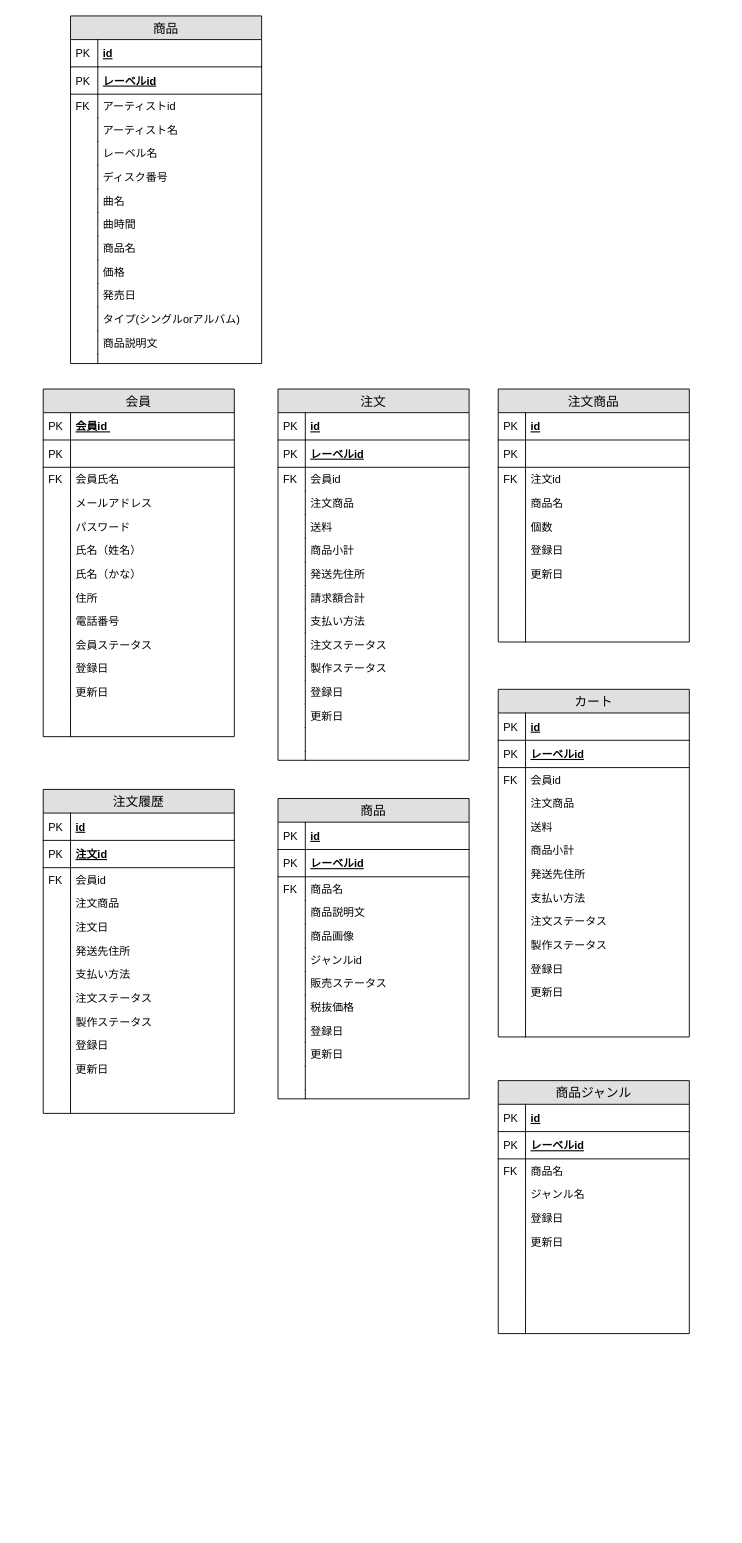
Before: page "第一正規形" (2 of 4) of ER図.drawio in tibisaki67/ECsite, a draw.io diagram. Source tidied: cells renumbered, new cells numbered last; positions are measured from the earlier drawing's top-left corner, leaving out a move shared by most shapes. Both pictures are drawn from the tidied source at 91%, with x=0, y=0 at pixel (43, 15).
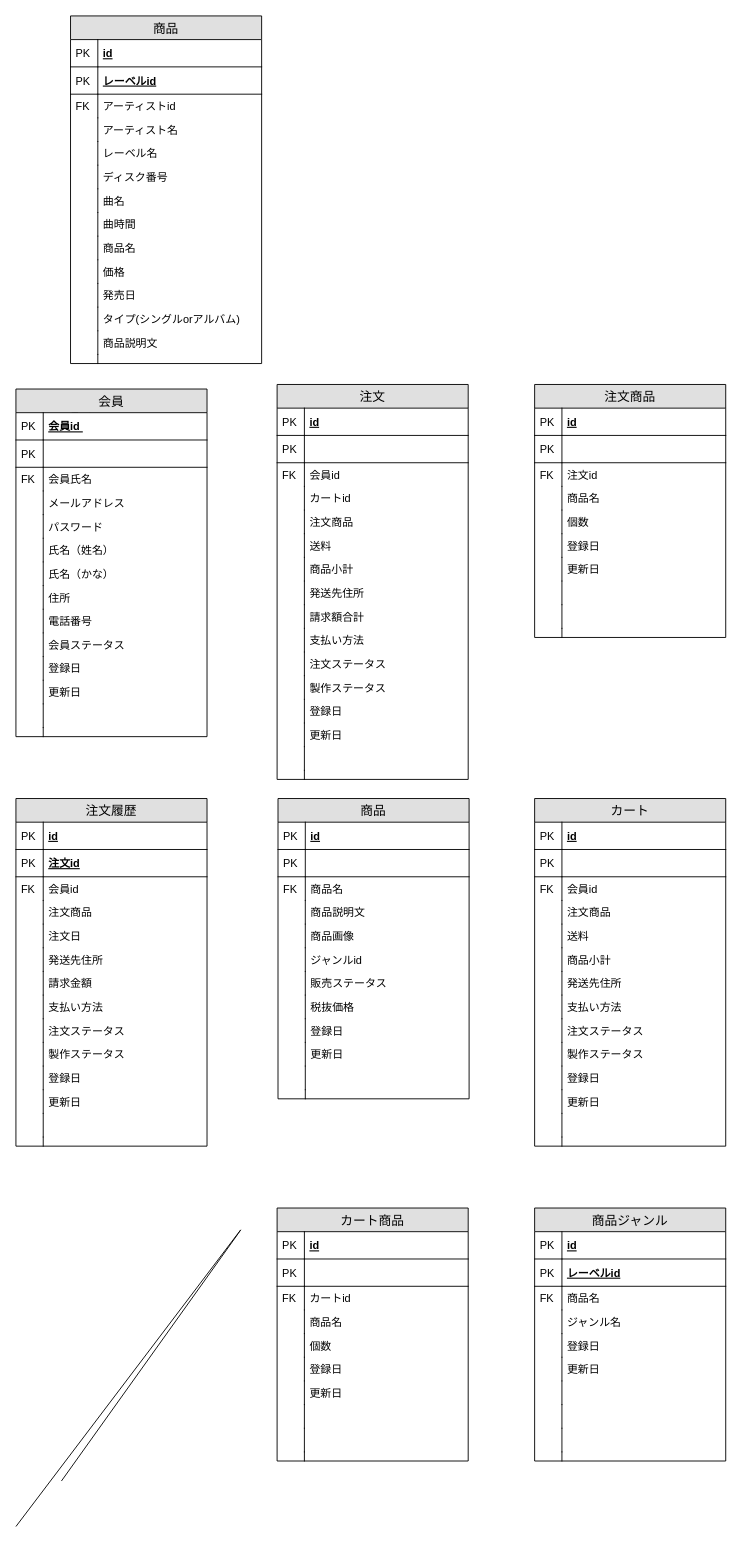
After the change.

The change refers to these unchanged cells:
```xml
<mxCell id="113" value="商品" style="swimlane;fontStyle=0;horizontal=1;startSize=26;fillColor=#e0e0e0;swimlaneFillColor=#ffffff;align=center;fontSize=14;" parent="1" vertex="1">
  <mxGeometry x="258" y="860" width="210" height="330" as="geometry" />
</mxCell>
```

What changed in the source:
```diff
@@
     <mxCell id="32" value="会員" style="swimlane;fontStyle=0;horizontal=1;startSize=26;fillColor=#e0e0e0;swimlaneFillColor=#ffffff;align=center;fontSize=14;" parent="1" vertex="1">
-      <mxGeometry y="410" width="210" height="382" as="geometry" />
+      <mxGeometry x="-30" y="410" width="210" height="382" as="geometry" />
     </mxCell>
@@
     <mxCell id="61" value="注文" style="swimlane;fontStyle=0;horizontal=1;startSize=26;fillColor=#e0e0e0;swimlaneFillColor=#ffffff;align=center;fontSize=14;" parent="1" vertex="1">
-      <mxGeometry x="258" y="410" width="210" height="408" as="geometry" />
+      <mxGeometry x="257" y="405" width="210" height="434" as="geometry" />
     </mxCell>
@@
-    <mxCell id="64" value="レーベルid" style="shape=partialRectangle;top=0;left=0;right=0;bottom=1;align=left;verticalAlign=middle;fillColor=none;spacingLeft=34;spacingRight=4;overflow=hidden;fontStyle=5;fontSize=12;" parent="61" vertex="1">
+    <mxCell id="64" style="shape=partialRectangle;top=0;left=0;right=0;bottom=1;align=left;verticalAlign=middle;fillColor=none;spacingLeft=34;spacingRight=4;overflow=hidden;fontStyle=5;fontSize=12;" parent="61" vertex="1">
       <mxGeometry y="56" width="210" height="30" as="geometry" />
     </mxCell>
@@
+    <mxCell id="215" value="カートid" style="shape=partialRectangle;top=0;left=0;right=0;bottom=0;align=left;verticalAlign=top;fillColor=none;spacingLeft=34;spacingRight=4;overflow=hidden;fontSize=12;" parent="61" vertex="1">
+      <mxGeometry y="112" width="210" height="26" as="geometry" />
+    </mxCell>
+    <mxCell id="216" style="shape=partialRectangle;top=0;left=0;bottom=0;fillColor=none;align=left;verticalAlign=top;spacingLeft=4;spacingRight=4;overflow=hidden;fontSize=12;" parent="215" vertex="1">
+      <mxGeometry width="30" height="26" as="geometry" />
+    </mxCell>
     <mxCell id="68" value="注文商品" style="shape=partialRectangle;top=0;left=0;right=0;bottom=0;align=left;verticalAlign=top;fillColor=none;spacingLeft=34;spacingRight=4;overflow=hidden;fontSize=12;" parent="61" vertex="1">
-      <mxGeometry y="112" width="210" height="26" as="geometry" />
+      <mxGeometry y="138" width="210" height="26" as="geometry" />
     </mxCell>
@@
     <mxCell id="70" value="送料" style="shape=partialRectangle;top=0;left=0;right=0;bottom=0;align=left;verticalAlign=top;fillColor=none;spacingLeft=34;spacingRight=4;overflow=hidden;fontSize=12;" parent="61" vertex="1">
-      <mxGeometry y="138" width="210" height="26" as="geometry" />
+      <mxGeometry y="164" width="210" height="26" as="geometry" />
     </mxCell>
@@
     <mxCell id="72" value="商品小計" style="shape=partialRectangle;top=0;left=0;right=0;bottom=0;align=left;verticalAlign=top;fillColor=none;spacingLeft=34;spacingRight=4;overflow=hidden;fontSize=12;" parent="61" vertex="1">
-      <mxGeometry y="164" width="210" height="26" as="geometry" />
+      <mxGeometry y="190" width="210" height="26" as="geometry" />
     </mxCell>
@@
     <mxCell id="74" value="発送先住所" style="shape=partialRectangle;top=0;left=0;right=0;bottom=0;align=left;verticalAlign=top;fillColor=none;spacingLeft=34;spacingRight=4;overflow=hidden;fontSize=12;" parent="61" vertex="1">
-      <mxGeometry y="190" width="210" height="26" as="geometry" />
+      <mxGeometry y="216" width="210" height="26" as="geometry" />
     </mxCell>
@@
     <mxCell id="76" value="請求額合計" style="shape=partialRectangle;top=0;left=0;right=0;bottom=0;align=left;verticalAlign=top;fillColor=none;spacingLeft=34;spacingRight=4;overflow=hidden;fontSize=12;" parent="61" vertex="1">
-      <mxGeometry y="216" width="210" height="26" as="geometry" />
+      <mxGeometry y="242" width="210" height="26" as="geometry" />
     </mxCell>
@@
     <mxCell id="78" value="支払い方法" style="shape=partialRectangle;top=0;left=0;right=0;bottom=0;align=left;verticalAlign=top;fillColor=none;spacingLeft=34;spacingRight=4;overflow=hidden;fontSize=12;" parent="61" vertex="1">
-      <mxGeometry y="242" width="210" height="26" as="geometry" />
+      <mxGeometry y="268" width="210" height="26" as="geometry" />
     </mxCell>
@@
     <mxCell id="80" value="注文ステータス" style="shape=partialRectangle;top=0;left=0;right=0;bottom=0;align=left;verticalAlign=top;fillColor=none;spacingLeft=34;spacingRight=4;overflow=hidden;fontSize=12;" parent="61" vertex="1">
-      <mxGeometry y="268" width="210" height="26" as="geometry" />
+      <mxGeometry y="294" width="210" height="26" as="geometry" />
     </mxCell>
@@
     <mxCell id="82" value="製作ステータス" style="shape=partialRectangle;top=0;left=0;right=0;bottom=0;align=left;verticalAlign=top;fillColor=none;spacingLeft=34;spacingRight=4;overflow=hidden;fontSize=12;" parent="61" vertex="1">
-      <mxGeometry y="294" width="210" height="26" as="geometry" />
+      <mxGeometry y="320" width="210" height="26" as="geometry" />
     </mxCell>
@@
     <mxCell id="84" value="登録日" style="shape=partialRectangle;top=0;left=0;right=0;bottom=0;align=left;verticalAlign=top;fillColor=none;spacingLeft=34;spacingRight=4;overflow=hidden;fontSize=12;" parent="61" vertex="1">
-      <mxGeometry y="320" width="210" height="26" as="geometry" />
+      <mxGeometry y="346" width="210" height="26" as="geometry" />
     </mxCell>
@@
     <mxCell id="86" value="更新日" style="shape=partialRectangle;top=0;left=0;right=0;bottom=0;align=left;verticalAlign=top;fillColor=none;spacingLeft=34;spacingRight=4;overflow=hidden;fontSize=12;" parent="61" vertex="1">
-      <mxGeometry y="346" width="210" height="26" as="geometry" />
+      <mxGeometry y="372" width="210" height="26" as="geometry" />
     </mxCell>
@@
     <mxCell id="88" style="shape=partialRectangle;top=0;left=0;right=0;bottom=0;align=left;verticalAlign=top;fillColor=none;spacingLeft=34;spacingRight=4;overflow=hidden;fontSize=12;" parent="61" vertex="1">
-      <mxGeometry y="372" width="210" height="26" as="geometry" />
+      <mxGeometry y="398" width="210" height="26" as="geometry" />
     </mxCell>
@@
     <mxCell id="90" style="shape=partialRectangle;top=0;left=0;right=0;bottom=0;align=left;verticalAlign=top;fillColor=none;spacingLeft=34;spacingRight=4;overflow=hidden;fontSize=12;" parent="61" vertex="1">
-      <mxGeometry y="398" width="210" height="10" as="geometry" />
+      <mxGeometry y="424" width="210" height="10" as="geometry" />
     </mxCell>
@@
     <mxCell id="92" value="注文商品" style="swimlane;fontStyle=0;horizontal=1;startSize=26;fillColor=#e0e0e0;swimlaneFillColor=#ffffff;align=center;fontSize=14;" parent="1" vertex="1">
-      <mxGeometry x="500" y="410" width="210" height="278" as="geometry" />
+      <mxGeometry x="540" y="405" width="210" height="278" as="geometry" />
     </mxCell>
@@
-    <mxCell id="116" value="レーベルid" style="shape=partialRectangle;top=0;left=0;right=0;bottom=1;align=left;verticalAlign=middle;fillColor=none;spacingLeft=34;spacingRight=4;overflow=hidden;fontStyle=5;fontSize=12;" parent="113" vertex="1">
+    <mxCell id="116" style="shape=partialRectangle;top=0;left=0;right=0;bottom=1;align=left;verticalAlign=middle;fillColor=none;spacingLeft=34;spacingRight=4;overflow=hidden;fontStyle=5;fontSize=12;" parent="113" vertex="1">
       <mxGeometry y="56" width="210" height="30" as="geometry" />
     </mxCell>
@@
     <mxCell id="138" value="カート" style="swimlane;fontStyle=0;horizontal=1;startSize=26;fillColor=#e0e0e0;swimlaneFillColor=#ffffff;align=center;fontSize=14;" parent="1" vertex="1">
-      <mxGeometry x="500" y="740" width="210" height="382" as="geometry" />
+      <mxGeometry x="540" y="860" width="210" height="382" as="geometry" />
     </mxCell>
@@
-    <mxCell id="141" value="レーベルid" style="shape=partialRectangle;top=0;left=0;right=0;bottom=1;align=left;verticalAlign=middle;fillColor=none;spacingLeft=34;spacingRight=4;overflow=hidden;fontStyle=5;fontSize=12;" parent="138" vertex="1">
+    <mxCell id="141" style="shape=partialRectangle;top=0;left=0;right=0;bottom=1;align=left;verticalAlign=middle;fillColor=none;spacingLeft=34;spacingRight=4;overflow=hidden;fontStyle=5;fontSize=12;" parent="138" vertex="1">
       <mxGeometry y="56" width="210" height="30" as="geometry" />
     </mxCell>
@@
     <mxCell id="167" value="注文履歴" style="swimlane;fontStyle=0;horizontal=1;startSize=26;fillColor=#e0e0e0;swimlaneFillColor=#ffffff;align=center;fontSize=14;" parent="1" vertex="1">
-      <mxGeometry y="850" width="210" height="356" as="geometry" />
+      <mxGeometry x="-30" y="860" width="210" height="382" as="geometry" />
     </mxCell>
@@
+    <mxCell id="217" value="請求金額" style="shape=partialRectangle;top=0;left=0;right=0;bottom=0;align=left;verticalAlign=top;fillColor=none;spacingLeft=34;spacingRight=4;overflow=hidden;fontSize=12;" parent="167" vertex="1">
+      <mxGeometry y="190" width="210" height="26" as="geometry" />
+    </mxCell>
+    <mxCell id="218" style="shape=partialRectangle;top=0;left=0;bottom=0;fillColor=none;align=left;verticalAlign=top;spacingLeft=4;spacingRight=4;overflow=hidden;fontSize=12;" parent="217" vertex="1">
+      <mxGeometry width="30" height="26" as="geometry" />
+    </mxCell>
     <mxCell id="180" value="支払い方法" style="shape=partialRectangle;top=0;left=0;right=0;bottom=0;align=left;verticalAlign=top;fillColor=none;spacingLeft=34;spacingRight=4;overflow=hidden;fontSize=12;" parent="167" vertex="1">
-      <mxGeometry y="190" width="210" height="26" as="geometry" />
+      <mxGeometry y="216" width="210" height="26" as="geometry" />
     </mxCell>
@@
     <mxCell id="182" value="注文ステータス" style="shape=partialRectangle;top=0;left=0;right=0;bottom=0;align=left;verticalAlign=top;fillColor=none;spacingLeft=34;spacingRight=4;overflow=hidden;fontSize=12;" parent="167" vertex="1">
-      <mxGeometry y="216" width="210" height="26" as="geometry" />
+      <mxGeometry y="242" width="210" height="26" as="geometry" />
     </mxCell>
@@
     <mxCell id="184" value="製作ステータス" style="shape=partialRectangle;top=0;left=0;right=0;bottom=0;align=left;verticalAlign=top;fillColor=none;spacingLeft=34;spacingRight=4;overflow=hidden;fontSize=12;" parent="167" vertex="1">
-      <mxGeometry y="242" width="210" height="26" as="geometry" />
+      <mxGeometry y="268" width="210" height="26" as="geometry" />
     </mxCell>
@@
     <mxCell id="186" value="登録日" style="shape=partialRectangle;top=0;left=0;right=0;bottom=0;align=left;verticalAlign=top;fillColor=none;spacingLeft=34;spacingRight=4;overflow=hidden;fontSize=12;" parent="167" vertex="1">
-      <mxGeometry y="268" width="210" height="26" as="geometry" />
+      <mxGeometry y="294" width="210" height="26" as="geometry" />
     </mxCell>
@@
     <mxCell id="188" value="更新日" style="shape=partialRectangle;top=0;left=0;right=0;bottom=0;align=left;verticalAlign=top;fillColor=none;spacingLeft=34;spacingRight=4;overflow=hidden;fontSize=12;" parent="167" vertex="1">
-      <mxGeometry y="294" width="210" height="26" as="geometry" />
+      <mxGeometry y="320" width="210" height="26" as="geometry" />
     </mxCell>
@@
     <mxCell id="190" style="shape=partialRectangle;top=0;left=0;right=0;bottom=0;align=left;verticalAlign=top;fillColor=none;spacingLeft=34;spacingRight=4;overflow=hidden;fontSize=12;" parent="167" vertex="1">
-      <mxGeometry y="320" width="210" height="26" as="geometry" />
+      <mxGeometry y="346" width="210" height="26" as="geometry" />
     </mxCell>
@@
     <mxCell id="192" style="shape=partialRectangle;top=0;left=0;right=0;bottom=0;align=left;verticalAlign=top;fillColor=none;spacingLeft=34;spacingRight=4;overflow=hidden;fontSize=12;" parent="167" vertex="1">
-      <mxGeometry y="346" width="210" height="10" as="geometry" />
+      <mxGeometry y="372" width="210" height="10" as="geometry" />
     </mxCell>
@@
     <mxCell id="194" value="商品ジャンル" style="swimlane;fontStyle=0;horizontal=1;startSize=26;fillColor=#e0e0e0;swimlaneFillColor=#ffffff;align=center;fontSize=14;" parent="1" vertex="1">
-      <mxGeometry x="500" y="1170" width="210" height="278" as="geometry" />
+      <mxGeometry x="540" y="1310" width="210" height="278" as="geometry" />
     </mxCell>
@@
+    <mxCell id="219" value="カート商品" style="swimlane;fontStyle=0;horizontal=1;startSize=26;fillColor=#e0e0e0;swimlaneFillColor=#ffffff;align=center;fontSize=14;" parent="1" vertex="1">
+      <mxGeometry x="257" y="1310" width="210" height="278" as="geometry" />
+    </mxCell>
+    <mxCell id="220" value="id" style="shape=partialRectangle;top=0;left=0;right=0;bottom=1;align=left;verticalAlign=middle;fillColor=none;spacingLeft=34;spacingRight=4;overflow=hidden;fontStyle=5;fontSize=12;" parent="219" vertex="1">
+      <mxGeometry y="26" width="210" height="30" as="geometry" />
+    </mxCell>
+    <mxCell id="221" value="PK" style="shape=partialRectangle;top=0;left=0;bottom=0;fillColor=none;align=left;verticalAlign=middle;spacingLeft=4;spacingRight=4;overflow=hidden;fontSize=12;" parent="220" vertex="1">
+      <mxGeometry width="30" height="30" as="geometry" />
+    </mxCell>
+    <mxCell id="222" style="shape=partialRectangle;top=0;left=0;right=0;bottom=1;align=left;verticalAlign=middle;fillColor=none;spacingLeft=34;spacingRight=4;overflow=hidden;fontStyle=5;fontSize=12;" parent="219" vertex="1">
+      <mxGeometry y="56" width="210" height="30" as="geometry" />
+    </mxCell>
+    <mxCell id="223" value="PK" style="shape=partialRectangle;top=0;left=0;bottom=0;fillColor=none;align=left;verticalAlign=middle;spacingLeft=4;spacingRight=4;overflow=hidden;fontSize=12;" parent="222" vertex="1">
+      <mxGeometry width="30" height="30" as="geometry" />
+    </mxCell>
+    <mxCell id="224" value="カートid" style="shape=partialRectangle;top=0;left=0;right=0;bottom=0;align=left;verticalAlign=top;fillColor=none;spacingLeft=34;spacingRight=4;overflow=hidden;fontSize=12;" parent="219" vertex="1">
+      <mxGeometry y="86" width="210" height="26" as="geometry" />
+    </mxCell>
+    <mxCell id="225" value="FK" style="shape=partialRectangle;top=0;left=0;bottom=0;fillColor=none;align=left;verticalAlign=top;spacingLeft=4;spacingRight=4;overflow=hidden;fontSize=12;" parent="224" vertex="1">
+      <mxGeometry width="30" height="26" as="geometry" />
+    </mxCell>
+    <mxCell id="226" value="商品名" style="shape=partialRectangle;top=0;left=0;right=0;bottom=0;align=left;verticalAlign=top;fillColor=none;spacingLeft=34;spacingRight=4;overflow=hidden;fontSize=12;" parent="219" vertex="1">
+      <mxGeometry y="112" width="210" height="26" as="geometry" />
+    </mxCell>
+    <mxCell id="227" style="shape=partialRectangle;top=0;left=0;bottom=0;fillColor=none;align=left;verticalAlign=top;spacingLeft=4;spacingRight=4;overflow=hidden;fontSize=12;" parent="226" vertex="1">
+      <mxGeometry width="30" height="26" as="geometry" />
+    </mxCell>
+    <mxCell id="228" value="個数" style="shape=partialRectangle;top=0;left=0;right=0;bottom=0;align=left;verticalAlign=top;fillColor=none;spacingLeft=34;spacingRight=4;overflow=hidden;fontSize=12;" parent="219" vertex="1">
+      <mxGeometry y="138" width="210" height="26" as="geometry" />
+    </mxCell>
+    <mxCell id="229" style="shape=partialRectangle;top=0;left=0;bottom=0;fillColor=none;align=left;verticalAlign=top;spacingLeft=4;spacingRight=4;overflow=hidden;fontSize=12;" parent="228" vertex="1">
+      <mxGeometry width="30" height="26" as="geometry" />
+    </mxCell>
+    <mxCell id="230" value="登録日" style="shape=partialRectangle;top=0;left=0;right=0;bottom=0;align=left;verticalAlign=top;fillColor=none;spacingLeft=34;spacingRight=4;overflow=hidden;fontSize=12;" parent="219" vertex="1">
+      <mxGeometry y="164" width="210" height="26" as="geometry" />
+    </mxCell>
+    <mxCell id="231" style="shape=partialRectangle;top=0;left=0;bottom=0;fillColor=none;align=left;verticalAlign=top;spacingLeft=4;spacingRight=4;overflow=hidden;fontSize=12;" parent="230" vertex="1">
+      <mxGeometry width="30" height="26" as="geometry" />
+    </mxCell>
+    <mxCell id="232" value="更新日" style="shape=partialRectangle;top=0;left=0;right=0;bottom=0;align=left;verticalAlign=top;fillColor=none;spacingLeft=34;spacingRight=4;overflow=hidden;fontSize=12;" parent="219" vertex="1">
+      <mxGeometry y="190" width="210" height="26" as="geometry" />
+    </mxCell>
+    <mxCell id="233" style="shape=partialRectangle;top=0;left=0;bottom=0;fillColor=none;align=left;verticalAlign=top;spacingLeft=4;spacingRight=4;overflow=hidden;fontSize=12;" parent="232" vertex="1">
+      <mxGeometry width="30" height="26" as="geometry" />
+    </mxCell>
+    <mxCell id="234" style="shape=partialRectangle;top=0;left=0;right=0;bottom=0;align=left;verticalAlign=top;fillColor=none;spacingLeft=34;spacingRight=4;overflow=hidden;fontSize=12;" parent="219" vertex="1">
+      <mxGeometry y="216" width="210" height="26" as="geometry" />
+    </mxCell>
+    <mxCell id="235" style="shape=partialRectangle;top=0;left=0;bottom=0;fillColor=none;align=left;verticalAlign=top;spacingLeft=4;spacingRight=4;overflow=hidden;fontSize=12;" parent="234" vertex="1">
+      <mxGeometry width="30" height="26" as="geometry" />
+    </mxCell>
+    <mxCell id="236" style="shape=partialRectangle;top=0;left=0;right=0;bottom=0;align=left;verticalAlign=top;fillColor=none;spacingLeft=34;spacingRight=4;overflow=hidden;fontSize=12;" parent="219" vertex="1">
+      <mxGeometry y="242" width="210" height="26" as="geometry" />
+    </mxCell>
+    <mxCell id="237" style="shape=partialRectangle;top=0;left=0;bottom=0;fillColor=none;align=left;verticalAlign=top;spacingLeft=4;spacingRight=4;overflow=hidden;fontSize=12;" parent="236" vertex="1">
+      <mxGeometry width="30" height="26" as="geometry" />
+    </mxCell>
+    <mxCell id="238" style="shape=partialRectangle;top=0;left=0;right=0;bottom=0;align=left;verticalAlign=top;fillColor=none;spacingLeft=34;spacingRight=4;overflow=hidden;fontSize=12;" parent="219" vertex="1">
+      <mxGeometry y="268" width="210" height="10" as="geometry" />
+    </mxCell>
+    <mxCell id="239" style="shape=partialRectangle;top=0;left=0;bottom=0;fillColor=none;align=left;verticalAlign=top;spacingLeft=4;spacingRight=4;overflow=hidden;fontSize=12;" parent="238" vertex="1">
+      <mxGeometry width="30" height="10" as="geometry" />
+    </mxCell>
+    <mxCell id="240" style="endArrow=none;html=1;" parent="1" edge="1">
+      <mxGeometry relative="1" as="geometry">
+        <mxPoint x="-30" y="1660" as="sourcePoint" />
+        <mxPoint x="20" y="1610" as="targetPoint" />
+        <Array as="points">
+          <mxPoint x="220" y="1330" />
+        </Array>
+      </mxGeometry>
+    </mxCell>
```
